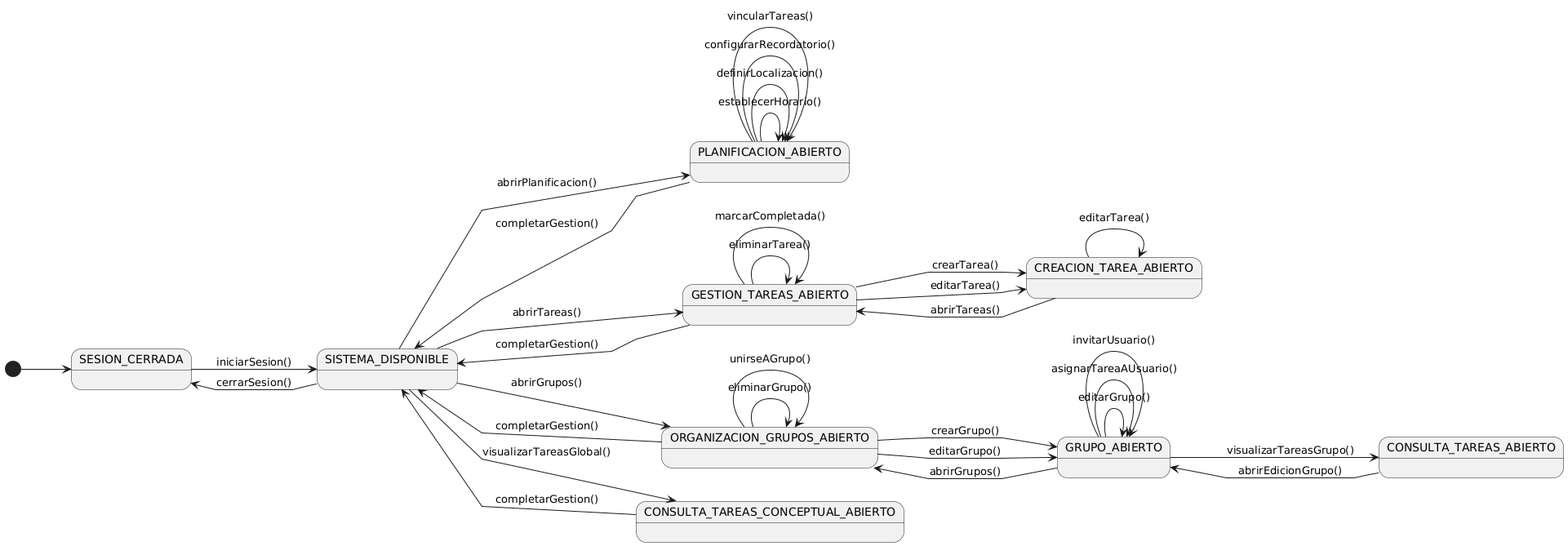
inigovaqueroo04/25-26-IdSw1-SdR keeps this PlantUML diagram as documents/actoresYCasosDeUso/diagramas/diagramaContexto/diagramaContextoAdmin.png. Above is the earlier version.
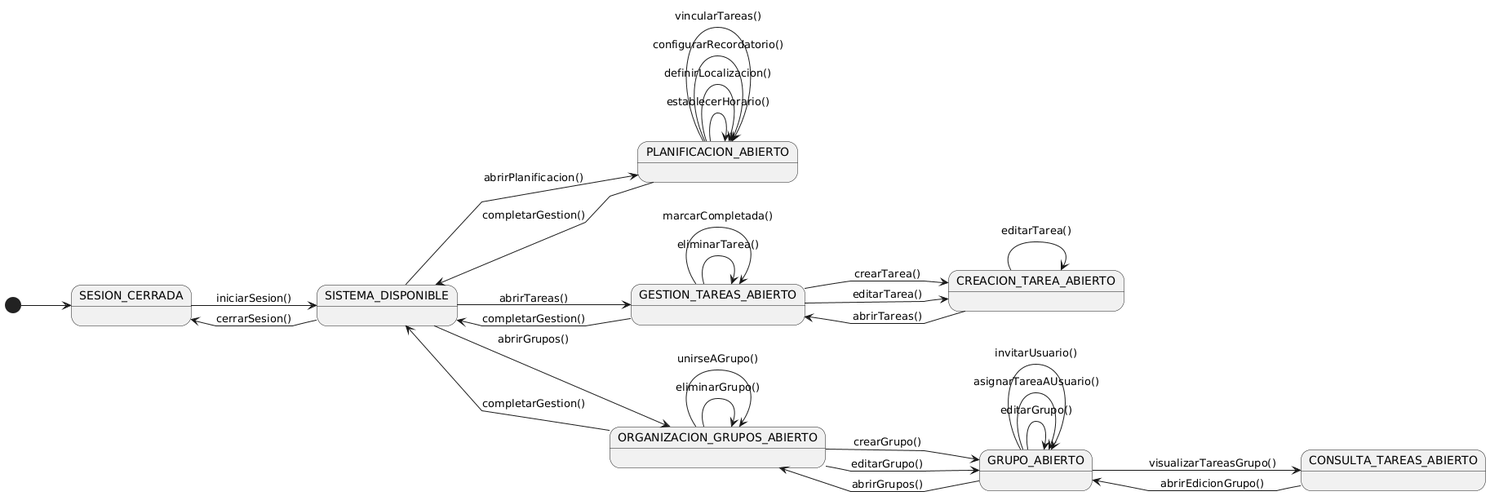
Above is the later version.

Commit message:
Fix imagen Diagrama de Contexto del Admin

The edit, as a diff of the source:
```diff
@@ -14,7 +14,6 @@
 state "GRUPO_ABIERTO" as EditGrupo
 state "CONSULTA_TAREAS_ABIERTO" as EditConsultaTareas
 
-state "CONSULTA_TAREAS_CONCEPTUAL_ABIERTO" as ReadConsultaTareas
 
 [*] --> NoAuth
 
@@ -24,7 +23,6 @@
 Menu --> ListProgramas: abrirTareas()
 Menu --> ListGrupos: abrirGrupos()
 Menu --> Planificacion: abrirPlanificacion()
-Menu --> ReadConsultaTareas: visualizarTareasGlobal()
 
 Planificacion --> Planificacion: establecerHorario()
 Planificacion --> Planificacion: definirLocalizacion()
@@ -55,5 +53,4 @@
 ListProgramas --> Menu: completarGestion()
 ListGrupos --> Menu: completarGestion()
 Planificacion --> Menu: completarGestion()
-ReadConsultaTareas --> Menu: completarGestion()
 @enduml
```
